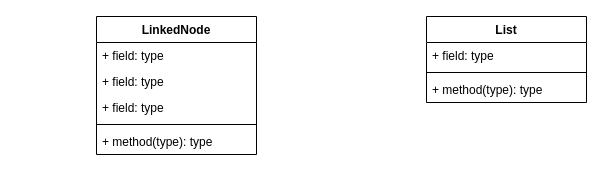
huangzhehao97/uml keeps this draw.io diagram as Untitled Diagram.drawio. Above is the earlier version. Source tidied: cells renumbered, new cells numbered last; positions are measured from the earlier drawing's top-left corner, leaving out a move shared by most shapes. Both pictures are drawn from the tidied source at 100%, with x=0, y=0 at pixel (96, 16).
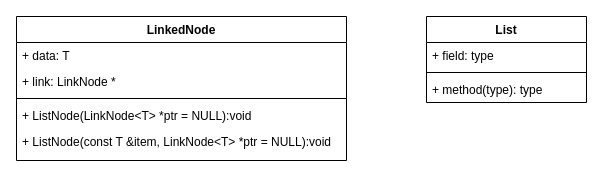
Above is the later version.

Diff of the diagram source:
```diff
@@
 <mxGraphModel>
   <root>
     <mxCell id="0" />
     <mxCell id="1" parent="0" />
     <mxCell id="2" value="LinkedNode" style="swimlane;fontStyle=1;align=center;verticalAlign=top;horizontal=1;startSize=26;" parent="1" vertex="1">
-      <mxGeometry width="160" height="138" as="geometry" />
+      <mxGeometry x="-80" width="330" height="144" as="geometry" />
     </mxCell>
-    <mxCell id="3" value="+ field: type" style="text;strokeColor=none;fillColor=none;align=left;verticalAlign=top;spacingLeft=4;spacingRight=4;overflow=hidden;" parent="2" vertex="1">
-      <mxGeometry y="26" width="160" height="26" as="geometry" />
+    <mxCell id="3" value="+ data: T" style="text;strokeColor=none;fillColor=none;align=left;verticalAlign=top;spacingLeft=4;spacingRight=4;overflow=hidden;" parent="2" vertex="1">
+      <mxGeometry y="26" width="330" height="26" as="geometry" />
     </mxCell>
-    <mxCell id="4" value="+ field: type" style="text;strokeColor=none;fillColor=none;align=left;verticalAlign=top;spacingLeft=4;spacingRight=4;overflow=hidden;" parent="2" vertex="1">
-      <mxGeometry y="52" width="160" height="26" as="geometry" />
+    <mxCell id="4" value="+ link: LinkNode *" style="text;strokeColor=none;fillColor=none;align=left;verticalAlign=top;spacingLeft=4;spacingRight=4;overflow=hidden;" parent="2" vertex="1">
+      <mxGeometry y="52" width="330" height="26" as="geometry" />
     </mxCell>
-    <mxCell id="5" value="+ field: type" style="text;strokeColor=none;fillColor=none;align=left;verticalAlign=top;spacingLeft=4;spacingRight=4;overflow=hidden;" parent="2" vertex="1">
-      <mxGeometry y="78" width="160" height="26" as="geometry" />
-    </mxCell>
     <mxCell id="6" style="line;strokeWidth=1;fillColor=none;align=left;verticalAlign=middle;spacingTop=-1;spacingLeft=3;spacingRight=3;labelPosition=right;" parent="2" vertex="1">
-      <mxGeometry y="104" width="160" height="8" as="geometry" />
+      <mxGeometry y="78" width="330" height="8" as="geometry" />
     </mxCell>
-    <mxCell id="7" value="+ method(type): type" style="text;strokeColor=none;fillColor=none;align=left;verticalAlign=top;spacingLeft=4;spacingRight=4;overflow=hidden;" parent="2" vertex="1">
-      <mxGeometry y="112" width="160" height="26" as="geometry" />
+    <mxCell id="7" value="+ ListNode(LinkNode&lt;T&gt; *ptr = NULL):void" style="text;strokeColor=none;fillColor=none;align=left;verticalAlign=top;spacingLeft=4;spacingRight=4;overflow=hidden;" parent="2" vertex="1">
+      <mxGeometry y="86" width="330" height="26" as="geometry" />
     </mxCell>
+    <mxCell id="12" value="+ ListNode(const T &amp;item, LinkNode&lt;T&gt; *ptr = NULL):void" style="text;strokeColor=none;fillColor=none;align=left;verticalAlign=top;spacingLeft=4;spacingRight=4;overflow=hidden;" parent="2" vertex="1">
+      <mxGeometry y="112" width="330" height="32" as="geometry" />
+    </mxCell>
     <mxCell id="8" value="List" style="swimlane;fontStyle=1;align=center;verticalAlign=top;horizontal=1;startSize=26;" parent="1" vertex="1">
       <mxGeometry x="330" width="160" height="86" as="geometry" />
     </mxCell>
     <mxCell id="9" value="+ field: type" style="text;strokeColor=none;fillColor=none;align=left;verticalAlign=top;spacingLeft=4;spacingRight=4;overflow=hidden;" parent="8" vertex="1">
       <mxGeometry y="26" width="160" height="26" as="geometry" />
     </mxCell>
     <mxCell id="10" style="line;strokeWidth=1;fillColor=none;align=left;verticalAlign=middle;spacingTop=-1;spacingLeft=3;spacingRight=3;labelPosition=right;" parent="8" vertex="1">
       <mxGeometry y="52" width="160" height="8" as="geometry" />
     </mxCell>
     <mxCell id="11" value="+ method(type): type" style="text;strokeColor=none;fillColor=none;align=left;verticalAlign=top;spacingLeft=4;spacingRight=4;overflow=hidden;" parent="8" vertex="1">
       <mxGeometry y="60" width="160" height="26" as="geometry" />
     </mxCell>
   </root>
 </mxGraphModel>
```
